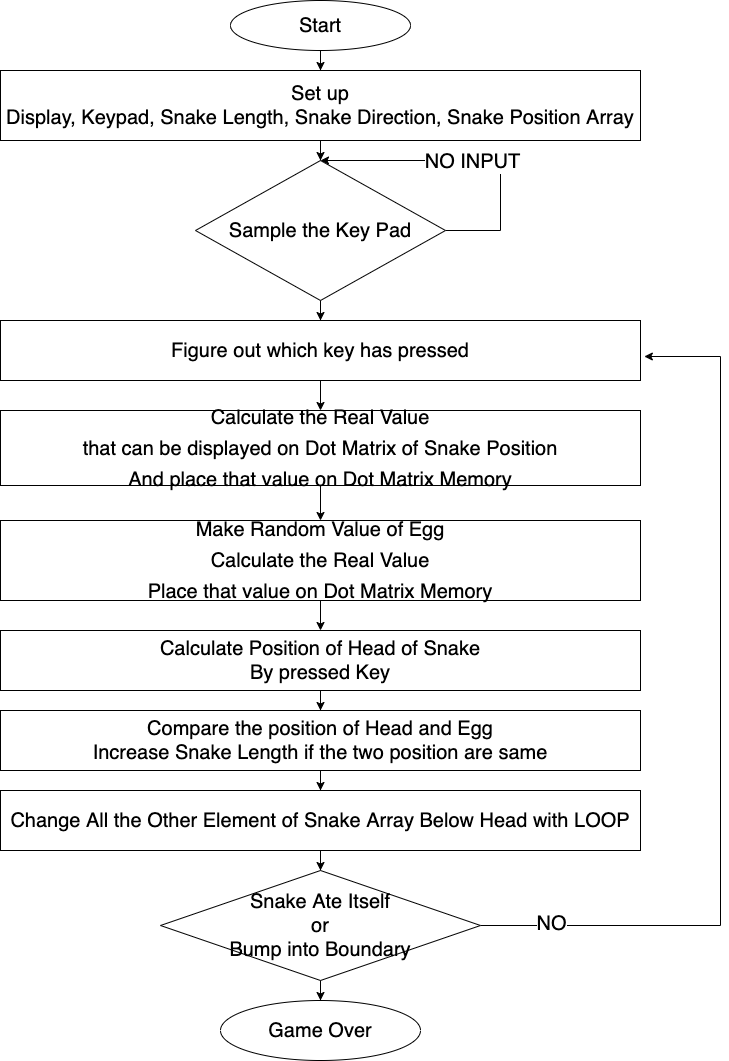
Above: asset/algorithm_EN.png in GyeongHoKim/8051_snake (draw.io), before the change. Source tidied: cells renumbered, new cells last; positions are measured from the earlier drawing's top-left corner, leaving out a move shared by most shapes. Its diagram source:
```xml
<mxGraphModel>
  <root>
    <mxCell id="0" />
    <mxCell id="1" parent="0" />
    <mxCell id="2" style="edgeStyle=orthogonalEdgeStyle;rounded=0;jettySize=auto;html=1;" parent="1" edge="1" source="3" target="5">
      <mxGeometry relative="1" as="geometry" />
    </mxCell>
    <mxCell id="3" value="&lt;font style=&quot;font-size: 20px&quot;&gt;Start&lt;/font&gt;" style="ellipse;whiteSpace=wrap;html=1;" parent="1" vertex="1">
      <mxGeometry x="230" width="180" height="50" as="geometry" />
    </mxCell>
    <mxCell id="4" style="edgeStyle=orthogonalEdgeStyle;rounded=0;jettySize=auto;html=1;fontSize=20;" parent="1" edge="1" source="5" target="9">
      <mxGeometry relative="1" as="geometry" />
    </mxCell>
    <mxCell id="5" value="&lt;font style=&quot;font-size: 20px&quot;&gt;Set up&lt;br&gt;Display, Keypad, Snake Length, Snake Direction, Snake Position Array&lt;/font&gt;" style="rounded=0;whiteSpace=wrap;html=1;" parent="1" vertex="1">
      <mxGeometry y="70" width="640" height="70" as="geometry" />
    </mxCell>
    <mxCell id="6" style="edgeStyle=orthogonalEdgeStyle;rounded=0;orthogonalLoop=1;jettySize=auto;html=1;fontSize=20;entryX=0.5;entryY=0;entryDx=0;entryDy=0;" parent="1" edge="1" source="9" target="9">
      <mxGeometry relative="1" as="geometry">
        <Array as="points">
          <mxPoint x="500" y="230" />
          <mxPoint x="500" y="160" />
        </Array>
      </mxGeometry>
    </mxCell>
    <mxCell id="7" value="NO INPUT&lt;br&gt;" style="edgeLabel;html=1;align=center;verticalAlign=middle;fontSize=20;" parent="6" vertex="1">
      <mxGeometry x="0.01" relative="1" as="geometry" />
    </mxCell>
    <mxCell id="8" style="edgeStyle=orthogonalEdgeStyle;rounded=0;jettySize=auto;html=1;fontSize=20;" parent="1" edge="1" source="9" target="11">
      <mxGeometry relative="1" as="geometry" />
    </mxCell>
    <mxCell id="9" value="&lt;font style=&quot;font-size: 20px&quot;&gt;Sample the Key Pad&lt;br&gt;&lt;/font&gt;" style="rhombus;whiteSpace=wrap;html=1;rounded=0;" parent="1" vertex="1">
      <mxGeometry x="195" y="160" width="250" height="140" as="geometry" />
    </mxCell>
    <mxCell id="10" style="edgeStyle=orthogonalEdgeStyle;rounded=0;jettySize=auto;html=1;fontSize=20;" parent="1" edge="1" source="11" target="13">
      <mxGeometry relative="1" as="geometry" />
    </mxCell>
    <mxCell id="11" value="&lt;font style=&quot;font-size: 20px&quot;&gt;Figure out which key has pressed&lt;br&gt;&lt;/font&gt;" style="whiteSpace=wrap;html=1;rounded=0;" parent="1" vertex="1">
      <mxGeometry y="320" width="640" height="60" as="geometry" />
    </mxCell>
    <mxCell id="12" style="edgeStyle=orthogonalEdgeStyle;rounded=0;jettySize=auto;html=1;fontSize=20;" parent="1" edge="1" source="13" target="15">
      <mxGeometry relative="1" as="geometry" />
    </mxCell>
    <mxCell id="13" value="&lt;span style=&quot;font-size: 20px&quot;&gt;Calculate the Real Value&lt;/span&gt;&lt;br style=&quot;font-size: 20px&quot;&gt;&lt;span style=&quot;font-size: 20px&quot;&gt;that can be displayed on Dot Matrix of Snake Position&lt;/span&gt;&lt;br style=&quot;font-size: 20px&quot;&gt;&lt;span style=&quot;font-size: 20px&quot;&gt;And place that value on Dot Matrix Memory&lt;/span&gt;" style="whiteSpace=wrap;html=1;rounded=0;" parent="1" vertex="1">
      <mxGeometry y="410" width="640" height="75" as="geometry" />
    </mxCell>
    <mxCell id="14" style="edgeStyle=orthogonalEdgeStyle;rounded=0;jettySize=auto;html=1;fontSize=20;" parent="1" edge="1" source="15" target="17">
      <mxGeometry relative="1" as="geometry" />
    </mxCell>
    <mxCell id="15" value="&lt;span style=&quot;font-size: 20px&quot;&gt;Make Random Value of Egg&lt;/span&gt;&lt;br style=&quot;font-size: 20px&quot;&gt;&lt;span style=&quot;font-size: 20px&quot;&gt;Calculate the Real Value&lt;/span&gt;&lt;br style=&quot;font-size: 20px&quot;&gt;&lt;span style=&quot;font-size: 20px&quot;&gt;Place that value on Dot Matrix Memory&lt;/span&gt;" style="whiteSpace=wrap;html=1;rounded=0;" parent="1" vertex="1">
      <mxGeometry y="520" width="640" height="80" as="geometry" />
    </mxCell>
    <mxCell id="16" style="edgeStyle=orthogonalEdgeStyle;rounded=0;jettySize=auto;html=1;fontSize=20;" parent="1" edge="1" source="17" target="19">
      <mxGeometry relative="1" as="geometry" />
    </mxCell>
    <mxCell id="17" value="&lt;span style=&quot;font-size: 20px&quot;&gt;Calculate Position of Head of Snake&lt;br&gt;By pressed Key&lt;br&gt;&lt;/span&gt;" style="whiteSpace=wrap;html=1;rounded=0;" parent="1" vertex="1">
      <mxGeometry y="630" width="640" height="60" as="geometry" />
    </mxCell>
    <mxCell id="18" style="edgeStyle=orthogonalEdgeStyle;rounded=0;jettySize=auto;html=1;fontSize=20;" parent="1" edge="1" source="19" target="21">
      <mxGeometry relative="1" as="geometry" />
    </mxCell>
    <mxCell id="19" value="&lt;font style=&quot;font-size: 20px&quot;&gt;Compare the position of Head and Egg&lt;br&gt;Increase Snake Length if the two position are same&lt;/font&gt;" style="whiteSpace=wrap;html=1;rounded=0;" parent="1" vertex="1">
      <mxGeometry y="710" width="640" height="60" as="geometry" />
    </mxCell>
    <mxCell id="20" style="edgeStyle=orthogonalEdgeStyle;rounded=0;jettySize=auto;html=1;fontSize=20;" parent="1" edge="1" source="21" target="25">
      <mxGeometry relative="1" as="geometry" />
    </mxCell>
    <mxCell id="21" value="&lt;span style=&quot;font-size: 20px&quot;&gt;Change All the Other Element of Snake Array Below Head with LOOP&lt;/span&gt;" style="whiteSpace=wrap;html=1;rounded=0;" parent="1" vertex="1">
      <mxGeometry y="790" width="640" height="60" as="geometry" />
    </mxCell>
    <mxCell id="22" style="edgeStyle=orthogonalEdgeStyle;rounded=0;jettySize=auto;html=1;fontSize=20;entryX=1.006;entryY=0.6;entryDx=0;entryDy=0;entryPerimeter=0;" parent="1" edge="1" source="25" target="11">
      <mxGeometry relative="1" as="geometry">
        <Array as="points">
          <mxPoint x="720" y="925" />
          <mxPoint x="720" y="356" />
        </Array>
      </mxGeometry>
    </mxCell>
    <mxCell id="23" value="NO" style="edgeLabel;html=1;align=center;verticalAlign=middle;fontSize=20;" parent="22" vertex="1">
      <mxGeometry x="-0.84" y="3" relative="1" as="geometry" />
    </mxCell>
    <mxCell id="24" style="edgeStyle=orthogonalEdgeStyle;rounded=0;jettySize=auto;html=1;fontSize=20;" parent="1" edge="1" source="25" target="26">
      <mxGeometry relative="1" as="geometry" />
    </mxCell>
    <mxCell id="25" value="&lt;font style=&quot;font-size: 20px&quot;&gt;Snake Ate Itself&lt;br&gt;or&lt;br&gt;Bump into Boundary&lt;/font&gt;" style="rhombus;whiteSpace=wrap;html=1;rounded=0;" parent="1" vertex="1">
      <mxGeometry x="160" y="870" width="320" height="110" as="geometry" />
    </mxCell>
    <mxCell id="26" value="&lt;font style=&quot;font-size: 20px&quot;&gt;Game Over&lt;/font&gt;" style="ellipse;whiteSpace=wrap;html=1;rounded=0;" parent="1" vertex="1">
      <mxGeometry x="220" y="1000" width="200" height="60" as="geometry" />
    </mxCell>
  </root>
</mxGraphModel>
```
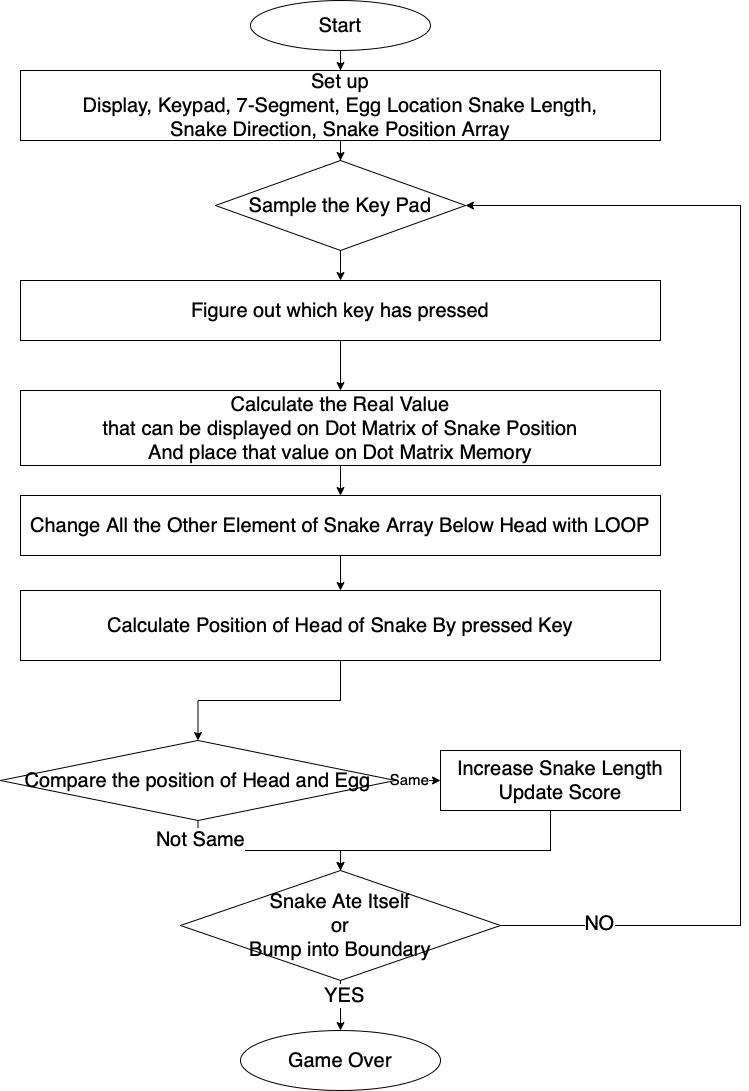
Above is the later version.

Commit message:
Fixed algorithm English ver.

What changed in the source:
```diff
@@ -11,67 +11,44 @@
     <mxCell id="4" style="edgeStyle=orthogonalEdgeStyle;rounded=0;jettySize=auto;html=1;fontSize=20;" parent="1" edge="1" source="5" target="9">
       <mxGeometry relative="1" as="geometry" />
     </mxCell>
-    <mxCell id="5" value="&lt;font style=&quot;font-size: 20px&quot;&gt;Set up&lt;br&gt;Display, Keypad, Snake Length, Snake Direction, Snake Position Array&lt;/font&gt;" style="rounded=0;whiteSpace=wrap;html=1;" parent="1" vertex="1">
+    <mxCell id="5" value="&lt;font style=&quot;font-size: 20px&quot;&gt;Set up&lt;br&gt;Display, Keypad, 7-Segment, Egg Location Snake Length,&lt;br&gt;Snake Direction, Snake Position Array&lt;/font&gt;" style="rounded=0;whiteSpace=wrap;html=1;" parent="1" vertex="1">
       <mxGeometry y="70" width="640" height="70" as="geometry" />
     </mxCell>
-    <mxCell id="6" style="edgeStyle=orthogonalEdgeStyle;rounded=0;orthogonalLoop=1;jettySize=auto;html=1;fontSize=20;entryX=0.5;entryY=0;entryDx=0;entryDy=0;" parent="1" edge="1" source="9" target="9">
-      <mxGeometry relative="1" as="geometry">
-        <Array as="points">
-          <mxPoint x="500" y="230" />
-          <mxPoint x="500" y="160" />
-        </Array>
-      </mxGeometry>
-    </mxCell>
-    <mxCell id="7" value="NO INPUT&lt;br&gt;" style="edgeLabel;html=1;align=center;verticalAlign=middle;fontSize=20;" parent="6" vertex="1">
-      <mxGeometry x="0.01" relative="1" as="geometry" />
-    </mxCell>
     <mxCell id="8" style="edgeStyle=orthogonalEdgeStyle;rounded=0;jettySize=auto;html=1;fontSize=20;" parent="1" edge="1" source="9" target="11">
       <mxGeometry relative="1" as="geometry" />
     </mxCell>
     <mxCell id="9" value="&lt;font style=&quot;font-size: 20px&quot;&gt;Sample the Key Pad&lt;br&gt;&lt;/font&gt;" style="rhombus;whiteSpace=wrap;html=1;rounded=0;" parent="1" vertex="1">
-      <mxGeometry x="195" y="160" width="250" height="140" as="geometry" />
+      <mxGeometry x="195" y="160" width="250" height="90" as="geometry" />
     </mxCell>
     <mxCell id="10" style="edgeStyle=orthogonalEdgeStyle;rounded=0;jettySize=auto;html=1;fontSize=20;" parent="1" edge="1" source="11" target="13">
       <mxGeometry relative="1" as="geometry" />
     </mxCell>
     <mxCell id="11" value="&lt;font style=&quot;font-size: 20px&quot;&gt;Figure out which key has pressed&lt;br&gt;&lt;/font&gt;" style="whiteSpace=wrap;html=1;rounded=0;" parent="1" vertex="1">
-      <mxGeometry y="320" width="640" height="60" as="geometry" />
+      <mxGeometry y="280" width="640" height="60" as="geometry" />
     </mxCell>
-    <mxCell id="12" style="edgeStyle=orthogonalEdgeStyle;rounded=0;jettySize=auto;html=1;fontSize=20;" parent="1" edge="1" source="13" target="15">
-      <mxGeometry relative="1" as="geometry" />
-    </mxCell>
+    <mxCell id="27" style="edgeStyle=orthogonalEdgeStyle;rounded=0;jettySize=auto;html=1;entryX=0.5;entryY=0;entryDx=0;entryDy=0;" parent="1" edge="1" source="13" target="17">
+      <mxGeometry relative="1" as="geometry" />
+    </mxCell>
     <mxCell id="13" value="&lt;span style=&quot;font-size: 20px&quot;&gt;Calculate the Real Value&lt;/span&gt;&lt;br style=&quot;font-size: 20px&quot;&gt;&lt;span style=&quot;font-size: 20px&quot;&gt;that can be displayed on Dot Matrix of Snake Position&lt;/span&gt;&lt;br style=&quot;font-size: 20px&quot;&gt;&lt;span style=&quot;font-size: 20px&quot;&gt;And place that value on Dot Matrix Memory&lt;/span&gt;" style="whiteSpace=wrap;html=1;rounded=0;" parent="1" vertex="1">
-      <mxGeometry y="410" width="640" height="75" as="geometry" />
+      <mxGeometry y="390" width="640" height="75" as="geometry" />
     </mxCell>
-    <mxCell id="14" style="edgeStyle=orthogonalEdgeStyle;rounded=0;jettySize=auto;html=1;fontSize=20;" parent="1" edge="1" source="15" target="17">
-      <mxGeometry relative="1" as="geometry" />
-    </mxCell>
-    <mxCell id="15" value="&lt;span style=&quot;font-size: 20px&quot;&gt;Make Random Value of Egg&lt;/span&gt;&lt;br style=&quot;font-size: 20px&quot;&gt;&lt;span style=&quot;font-size: 20px&quot;&gt;Calculate the Real Value&lt;/span&gt;&lt;br style=&quot;font-size: 20px&quot;&gt;&lt;span style=&quot;font-size: 20px&quot;&gt;Place that value on Dot Matrix Memory&lt;/span&gt;" style="whiteSpace=wrap;html=1;rounded=0;" parent="1" vertex="1">
-      <mxGeometry y="520" width="640" height="80" as="geometry" />
-    </mxCell>
     <mxCell id="16" style="edgeStyle=orthogonalEdgeStyle;rounded=0;jettySize=auto;html=1;fontSize=20;" parent="1" edge="1" source="17" target="19">
       <mxGeometry relative="1" as="geometry" />
     </mxCell>
-    <mxCell id="17" value="&lt;span style=&quot;font-size: 20px&quot;&gt;Calculate Position of Head of Snake&lt;br&gt;By pressed Key&lt;br&gt;&lt;/span&gt;" style="whiteSpace=wrap;html=1;rounded=0;" parent="1" vertex="1">
-      <mxGeometry y="630" width="640" height="60" as="geometry" />
+    <mxCell id="17" value="&lt;span style=&quot;font-size: 20px&quot;&gt;Change All the Other Element of Snake Array Below Head with LOOP&lt;/span&gt;&lt;span style=&quot;font-size: 20px&quot;&gt;&lt;br&gt;&lt;/span&gt;" style="whiteSpace=wrap;html=1;rounded=0;" parent="1" vertex="1">
+      <mxGeometry y="495" width="640" height="60" as="geometry" />
     </mxCell>
-    <mxCell id="18" style="edgeStyle=orthogonalEdgeStyle;rounded=0;jettySize=auto;html=1;fontSize=20;" parent="1" edge="1" source="19" target="21">
-      <mxGeometry relative="1" as="geometry" />
-    </mxCell>
+    <mxCell id="28" style="edgeStyle=orthogonalEdgeStyle;rounded=0;jettySize=auto;html=1;" parent="1" edge="1" source="19" target="34">
+      <mxGeometry relative="1" as="geometry" />
+    </mxCell>
-    <mxCell id="19" value="&lt;font style=&quot;font-size: 20px&quot;&gt;Compare the position of Head and Egg&lt;br&gt;Increase Snake Length if the two position are same&lt;/font&gt;" style="whiteSpace=wrap;html=1;rounded=0;" parent="1" vertex="1">
-      <mxGeometry y="710" width="640" height="60" as="geometry" />
+    <mxCell id="19" value="&lt;font style=&quot;font-size: 20px&quot;&gt;Calculate Position of Head of Snake&amp;nbsp;By pressed Key&lt;br&gt;&lt;/font&gt;" style="whiteSpace=wrap;html=1;rounded=0;" parent="1" vertex="1">
+      <mxGeometry y="590" width="640" height="70" as="geometry" />
     </mxCell>
-    <mxCell id="20" style="edgeStyle=orthogonalEdgeStyle;rounded=0;jettySize=auto;html=1;fontSize=20;" parent="1" edge="1" source="21" target="25">
-      <mxGeometry relative="1" as="geometry" />
-    </mxCell>
-    <mxCell id="21" value="&lt;span style=&quot;font-size: 20px&quot;&gt;Change All the Other Element of Snake Array Below Head with LOOP&lt;/span&gt;" style="whiteSpace=wrap;html=1;rounded=0;" parent="1" vertex="1">
-      <mxGeometry y="790" width="640" height="60" as="geometry" />
-    </mxCell>
-    <mxCell id="22" style="edgeStyle=orthogonalEdgeStyle;rounded=0;jettySize=auto;html=1;fontSize=20;entryX=1.006;entryY=0.6;entryDx=0;entryDy=0;entryPerimeter=0;" parent="1" edge="1" source="25" target="11">
+    <mxCell id="22" style="edgeStyle=orthogonalEdgeStyle;rounded=0;jettySize=auto;html=1;fontSize=20;entryX=1;entryY=0.5;entryDx=0;entryDy=0;" parent="1" edge="1" source="25" target="9">
       <mxGeometry relative="1" as="geometry">
         <Array as="points">
           <mxPoint x="720" y="925" />
-          <mxPoint x="720" y="356" />
+          <mxPoint x="720" y="205" />
         </Array>
       </mxGeometry>
     </mxCell>
@@ -81,11 +58,46 @@
     <mxCell id="24" style="edgeStyle=orthogonalEdgeStyle;rounded=0;jettySize=auto;html=1;fontSize=20;" parent="1" edge="1" source="25" target="26">
       <mxGeometry relative="1" as="geometry" />
     </mxCell>
+    <mxCell id="29" value="&lt;font style=&quot;font-size: 20px&quot;&gt;YES&lt;/font&gt;" style="edgeLabel;html=1;align=center;verticalAlign=middle;" parent="24" vertex="1">
+      <mxGeometry x="-0.44" y="3" relative="1" as="geometry" />
+    </mxCell>
     <mxCell id="25" value="&lt;font style=&quot;font-size: 20px&quot;&gt;Snake Ate Itself&lt;br&gt;or&lt;br&gt;Bump into Boundary&lt;/font&gt;" style="rhombus;whiteSpace=wrap;html=1;rounded=0;" parent="1" vertex="1">
       <mxGeometry x="160" y="870" width="320" height="110" as="geometry" />
     </mxCell>
     <mxCell id="26" value="&lt;font style=&quot;font-size: 20px&quot;&gt;Game Over&lt;/font&gt;" style="ellipse;whiteSpace=wrap;html=1;rounded=0;" parent="1" vertex="1">
-      <mxGeometry x="220" y="1000" width="200" height="60" as="geometry" />
+      <mxGeometry x="220" y="1030" width="200" height="60" as="geometry" />
     </mxCell>
+    <mxCell id="30" style="edgeStyle=orthogonalEdgeStyle;rounded=0;jettySize=auto;html=1;" parent="1" edge="1" source="34" target="36">
+      <mxGeometry relative="1" as="geometry" />
+    </mxCell>
+    <mxCell id="31" value="&lt;font style=&quot;font-size: 15px&quot;&gt;Same&lt;/font&gt;" style="edgeLabel;html=1;align=center;verticalAlign=middle;" parent="30" vertex="1">
+      <mxGeometry x="-0.42" y="2" relative="1" as="geometry" />
+    </mxCell>
+    <mxCell id="32" style="edgeStyle=orthogonalEdgeStyle;rounded=0;jettySize=auto;html=1;exitX=0.5;exitY=1;exitDx=0;exitDy=0;entryX=0.5;entryY=0;entryDx=0;entryDy=0;" parent="1" edge="1" source="34" target="25">
+      <mxGeometry relative="1" as="geometry">
+        <Array as="points">
+          <mxPoint x="178" y="850" />
+          <mxPoint x="320" y="850" />
+        </Array>
+      </mxGeometry>
+    </mxCell>
+    <mxCell id="33" value="&lt;font style=&quot;font-size: 20px&quot;&gt;Not Same&lt;/font&gt;" style="edgeLabel;html=1;align=center;verticalAlign=middle;" parent="32" vertex="1">
+      <mxGeometry x="-0.81" y="2" relative="1" as="geometry" />
+    </mxCell>
+    <mxCell id="34" value="&lt;span style=&quot;font-size: 20px&quot;&gt;Compare the position of Head and Egg&lt;/span&gt;" style="rhombus;whiteSpace=wrap;html=1;rounded=0;" parent="1" vertex="1">
+      <mxGeometry x="-20" y="740" width="395" height="80" as="geometry" />
+    </mxCell>
+    <mxCell id="35" style="edgeStyle=orthogonalEdgeStyle;rounded=0;jettySize=auto;html=1;exitX=0.5;exitY=1;exitDx=0;exitDy=0;" parent="1" edge="1" source="36">
+      <mxGeometry relative="1" as="geometry">
+        <mxPoint x="320" y="870" as="targetPoint" />
+        <Array as="points">
+          <mxPoint x="530" y="850" />
+          <mxPoint x="320" y="850" />
+        </Array>
+      </mxGeometry>
+    </mxCell>
+    <mxCell id="36" value="&lt;span style=&quot;font-size: 20px&quot;&gt;Increase Snake Length&lt;br&gt;Update Score&lt;br&gt;&lt;/span&gt;" style="whiteSpace=wrap;html=1;rounded=0;" parent="1" vertex="1">
+      <mxGeometry x="420" y="750" width="240" height="60" as="geometry" />
+    </mxCell>
   </root>
 </mxGraphModel>
```
